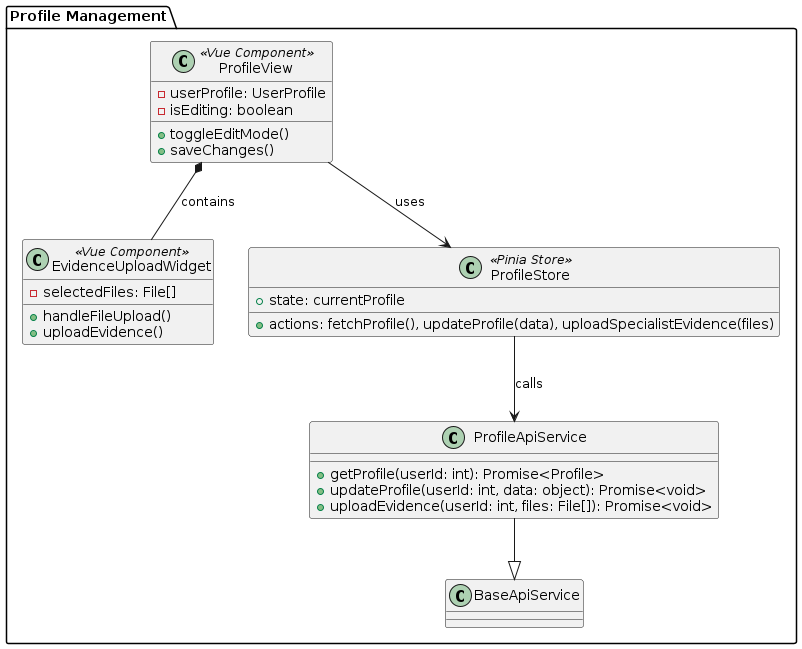
Above: report/assets/class-diagrams/profile-ui-component-diagram.png in upc-pre-1asi0729-11848-arcadiadevs/viora-report (PlantUML), before the change.
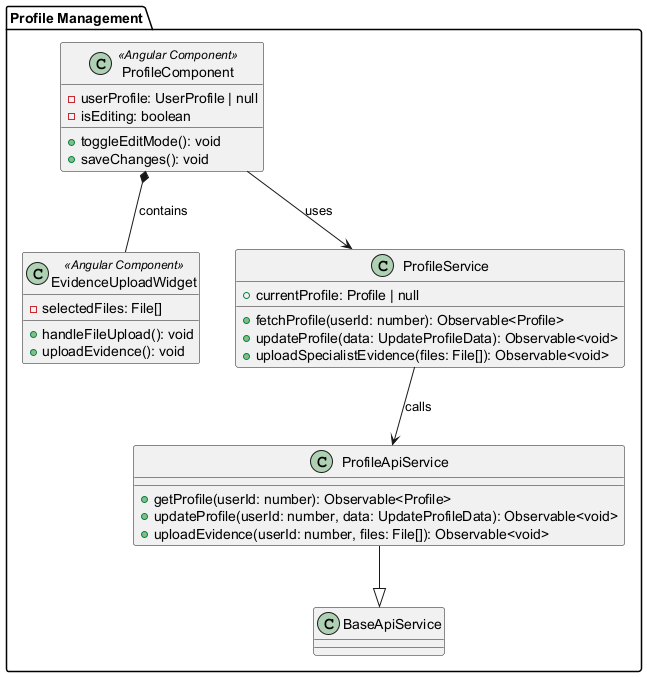
Later version of the same file.

The edit, as a diff of the source:
```diff
@@ -1,32 +1,34 @@
 @startuml
 package "Profile Management" {
-    class ProfileView <<Vue Component>> {
-        - userProfile: UserProfile
+    class ProfileComponent <<Angular Component>> {
+        - userProfile: UserProfile | null
         - isEditing: boolean
-        + toggleEditMode()
-        + saveChanges()
+        + toggleEditMode(): void
+        + saveChanges(): void
     }
 
-    class EvidenceUploadWidget <<Vue Component>> {
+    class EvidenceUploadWidget <<Angular Component>> {
         - selectedFiles: File[]
-        + handleFileUpload()
-        + uploadEvidence()
+        + handleFileUpload(): void
+        + uploadEvidence(): void
     }
 
-    class ProfileStore <<Pinia Store>> {
-        + state: currentProfile
-        + actions: fetchProfile(), updateProfile(data), uploadSpecialistEvidence(files)
+    class ProfileService {
+        + currentProfile: Profile | null
+        + fetchProfile(userId: number): Observable<Profile>
+        + updateProfile(data: UpdateProfileData): Observable<void>
+        + uploadSpecialistEvidence(files: File[]): Observable<void>
     }
 
     class ProfileApiService {
-        + getProfile(userId: int): Promise<Profile>
-        + updateProfile(userId: int, data: object): Promise<void>
-        + uploadEvidence(userId: int, files: File[]): Promise<void>
+        + getProfile(userId: number): Observable<Profile>
+        + updateProfile(userId: number, data: UpdateProfileData): Observable<void>
+        + uploadEvidence(userId: number, files: File[]): Observable<void>
     }
 
     ProfileApiService --|> BaseApiService
-    ProfileView *-- EvidenceUploadWidget : contains
-    ProfileView --> ProfileStore : uses
-    ProfileStore --> ProfileApiService : calls
+    ProfileComponent *-- EvidenceUploadWidget : contains
+    ProfileComponent --> ProfileService : uses
+    ProfileService --> ProfileApiService : calls
 }
 @enduml
```
